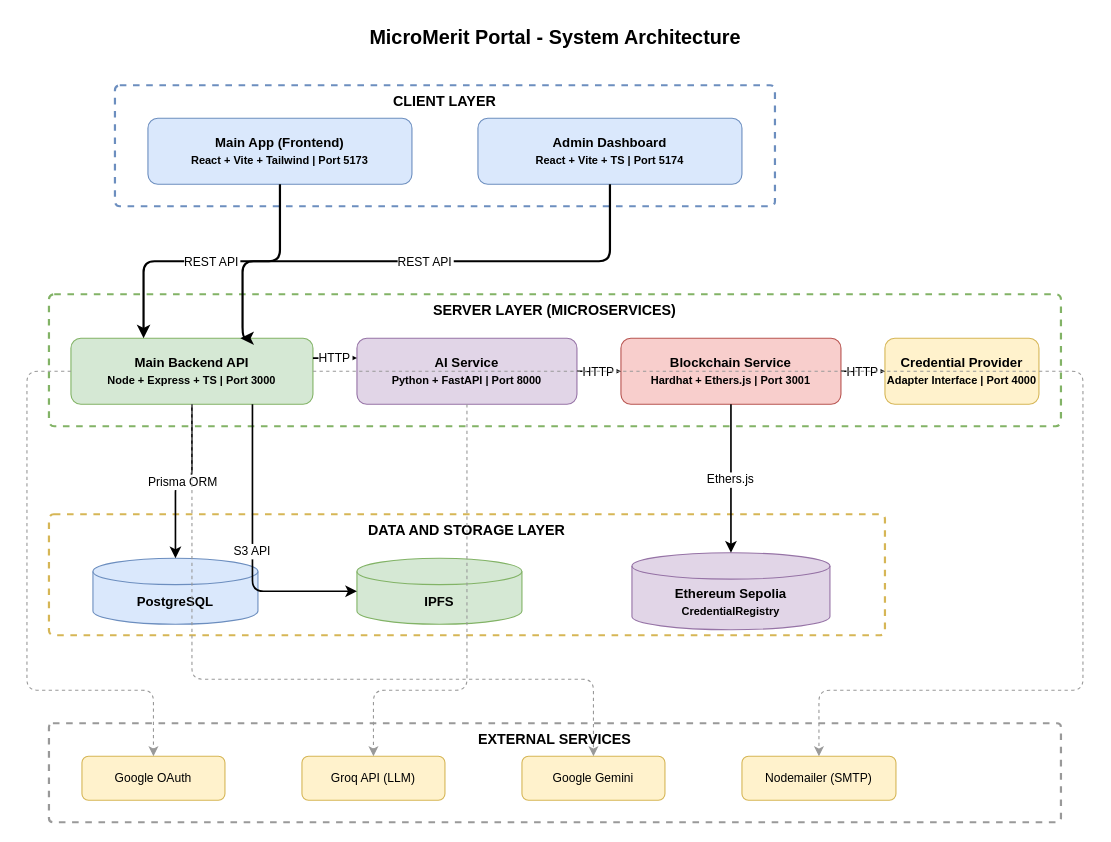
This is docs/report/diagrams/3.1_system_architecture.drawio from JaiminPatel345/MicroMerit-Portal, a draw.io file, before an edit. Source tidied: cells renumbered, new cells numbered last; positions are measured from the earlier drawing's top-left corner, leaving out a move shared by most shapes. Both pictures are drawn from the tidied source at 110%, with x=0, y=0 at pixel (26, 19).
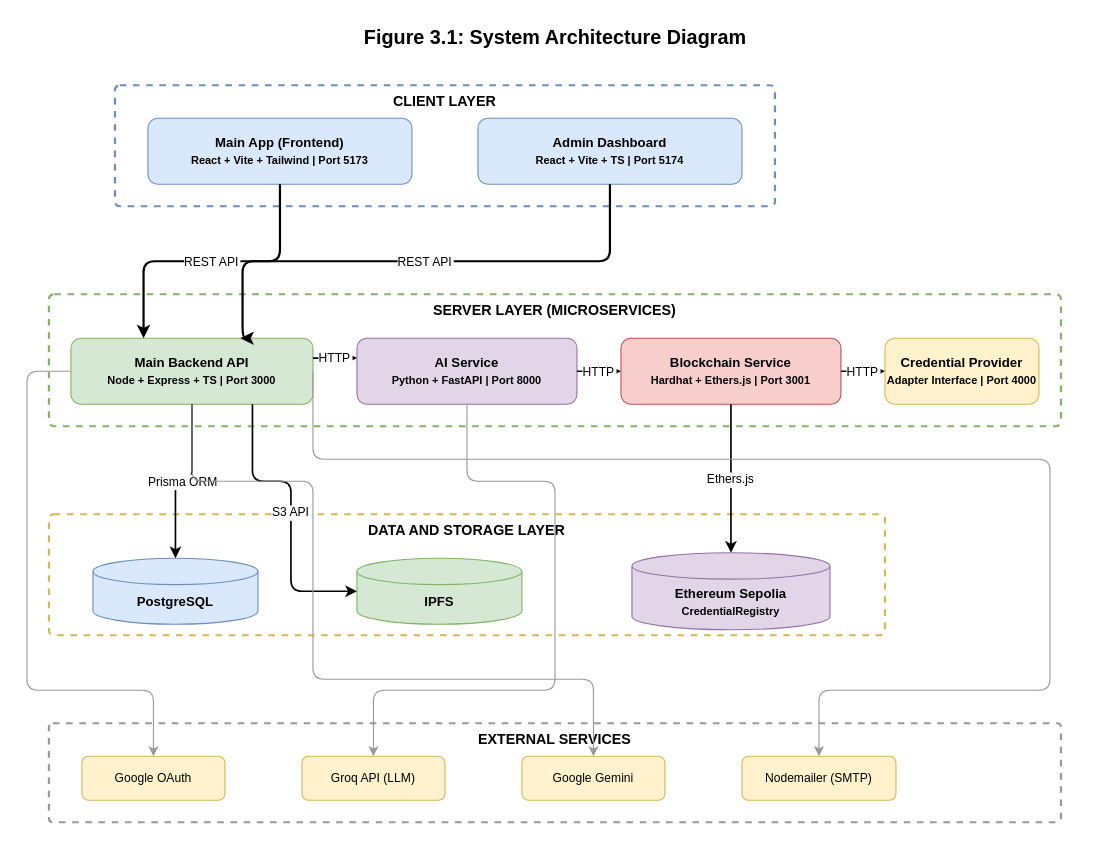
The same diagram, later.

Unchanged cells that the change refers to:
```xml
<mxCell id="7" value="Main Backend API&lt;br&gt;&lt;font style=&quot;font-size:10px&quot;&gt;Node + Express + TS | Port 3000&lt;/font&gt;" style="rounded=1;whiteSpace=wrap;html=1;fillColor=#d5e8d4;strokeColor=#82b366;fontSize=12;fontStyle=1;" parent="1" vertex="1">
  <mxGeometry x="40" y="290" width="220" height="60" as="geometry" />
</mxCell>
<mxCell id="8" value="AI Service&lt;br&gt;&lt;font style=&quot;font-size:10px&quot;&gt;Python + FastAPI | Port 8000&lt;/font&gt;" style="rounded=1;whiteSpace=wrap;html=1;fillColor=#e1d5e7;strokeColor=#9673a6;fontSize=12;fontStyle=1;" parent="1" vertex="1">
  <mxGeometry x="300" y="290" width="200" height="60" as="geometry" />
</mxCell>
<mxCell id="13" value="IPFS" style="shape=cylinder3;whiteSpace=wrap;html=1;boundedLbl=1;backgroundOutline=1;size=12;fillColor=#d5e8d4;strokeColor=#82b366;fontSize=12;fontStyle=1;" parent="1" vertex="1">
  <mxGeometry x="300" y="490" width="150" height="60" as="geometry" />
</mxCell>
<mxCell id="16" value="Google OAuth" style="rounded=1;whiteSpace=wrap;html=1;fillColor=#fff2cc;strokeColor=#d6b656;fontSize=11;" parent="1" vertex="1">
  <mxGeometry x="50" y="670" width="130" height="40" as="geometry" />
</mxCell>
<mxCell id="17" value="Groq API (LLM)" style="rounded=1;whiteSpace=wrap;html=1;fillColor=#fff2cc;strokeColor=#d6b656;fontSize=11;" parent="1" vertex="1">
  <mxGeometry x="250" y="670" width="130" height="40" as="geometry" />
</mxCell>
<mxCell id="18" value="Google Gemini" style="rounded=1;whiteSpace=wrap;html=1;fillColor=#fff2cc;strokeColor=#d6b656;fontSize=11;" parent="1" vertex="1">
  <mxGeometry x="450" y="670" width="130" height="40" as="geometry" />
</mxCell>
<mxCell id="19" value="Nodemailer (SMTP)" style="rounded=1;whiteSpace=wrap;html=1;fillColor=#fff2cc;strokeColor=#d6b656;fontSize=11;" parent="1" vertex="1">
  <mxGeometry x="650" y="670" width="140" height="40" as="geometry" />
</mxCell>
```

Change to the diagram source:
```diff
@@
-    <mxCell id="2" value="MicroMerit Portal - System Architecture" style="text;html=1;fontSize=18;fontStyle=1;align=center;" parent="1" vertex="1">
+    <mxCell id="2" value="Figure 3.1: System Architecture Diagram" style="text;html=1;fontSize=18;fontStyle=1;align=center;" parent="1" vertex="1">
       <mxGeometry x="180" width="600" height="40" as="geometry" />
     </mxCell>
@@
     <mxCell id="26" value="S3 API" style="edgeStyle=orthogonalEdgeStyle;rounded=1;strokeWidth=1.5;exitX=0.75;exitY=1;exitDx=0;exitDy=0;entryX=0;entryY=0.5;entryDx=0;entryDy=0;" parent="1" edge="1" source="7" target="13">
       <mxGeometry relative="1" as="geometry">
         <Array as="points">
           <mxPoint x="205" y="420" />
-          <mxPoint x="205" y="520" />
-          <mxPoint x="300" y="520" />
+          <mxPoint x="240" y="420" />
+          <mxPoint x="240" y="520" />
         </Array>
       </mxGeometry>
     </mxCell>
@@
-    <mxCell id="28" style="edgeStyle=orthogonalEdgeStyle;rounded=1;dashed=1;strokeColor=#999999;exitX=0;exitY=0.5;exitDx=0;exitDy=0;entryX=0.5;entryY=0;entryDx=0;entryDy=0;" parent="1" edge="1" source="7" target="16">
+    <mxCell id="28" style="edgeStyle=orthogonalEdgeStyle;rounded=1;strokeColor=#999999;exitX=0;exitY=0.5;exitDx=0;exitDy=0;entryX=0.5;entryY=0;entryDx=0;entryDy=0;" parent="1" edge="1" source="7" target="16">
       <mxGeometry relative="1" as="geometry">
         <Array as="points">
           <mxPoint y="320" />
           <mxPoint y="610" />
           <mxPoint x="115" y="610" />
         </Array>
       </mxGeometry>
     </mxCell>
-    <mxCell id="29" style="edgeStyle=orthogonalEdgeStyle;rounded=1;dashed=1;strokeColor=#999999;exitX=0.5;exitY=1;exitDx=0;exitDy=0;entryX=0.5;entryY=0;entryDx=0;entryDy=0;" parent="1" edge="1" source="8" target="17">
+    <mxCell id="29" style="edgeStyle=orthogonalEdgeStyle;rounded=1;strokeColor=#999999;exitX=0.5;exitY=1;exitDx=0;exitDy=0;entryX=0.5;entryY=0;entryDx=0;entryDy=0;" parent="1" edge="1" source="8" target="17">
       <mxGeometry relative="1" as="geometry">
         <Array as="points">
           <mxPoint x="400" y="420" />
-          <mxPoint x="400" y="610" />
+          <mxPoint x="480" y="420" />
+          <mxPoint x="480" y="610" />
           <mxPoint x="315" y="610" />
         </Array>
       </mxGeometry>
     </mxCell>
-    <mxCell id="30" style="edgeStyle=orthogonalEdgeStyle;rounded=1;dashed=1;strokeColor=#999999;exitX=0.5;exitY=1;exitDx=0;exitDy=0;entryX=0.5;entryY=0;entryDx=0;entryDy=0;" parent="1" edge="1" source="7" target="18">
+    <mxCell id="30" style="edgeStyle=orthogonalEdgeStyle;rounded=1;strokeColor=#999999;exitX=0.5;exitY=1;exitDx=0;exitDy=0;entryX=0.5;entryY=0;entryDx=0;entryDy=0;" parent="1" edge="1" source="7" target="18">
       <mxGeometry relative="1" as="geometry">
         <Array as="points">
           <mxPoint x="150" y="420" />
-          <mxPoint x="150" y="600" />
+          <mxPoint x="260" y="420" />
+          <mxPoint x="260" y="600" />
           <mxPoint x="515" y="600" />
-          <mxPoint x="515" y="670" />
         </Array>
       </mxGeometry>
     </mxCell>
-    <mxCell id="31" style="edgeStyle=orthogonalEdgeStyle;rounded=1;dashed=1;strokeColor=#999999;exitX=1;exitY=0.5;exitDx=0;exitDy=0;entryX=0.5;entryY=0;entryDx=0;entryDy=0;" parent="1" edge="1" source="7" target="19">
+    <mxCell id="31" style="edgeStyle=orthogonalEdgeStyle;rounded=1;strokeColor=#999999;exitX=1;exitY=0.5;exitDx=0;exitDy=0;entryX=0.5;entryY=0;entryDx=0;entryDy=0;" parent="1" edge="1" source="7" target="19">
       <mxGeometry relative="1" as="geometry">
         <Array as="points">
-          <mxPoint x="960" y="320" />
-          <mxPoint x="960" y="610" />
+          <mxPoint x="260" y="400" />
+          <mxPoint x="930" y="400" />
+          <mxPoint x="930" y="610" />
           <mxPoint x="720" y="610" />
         </Array>
       </mxGeometry>
     </mxCell>
```
